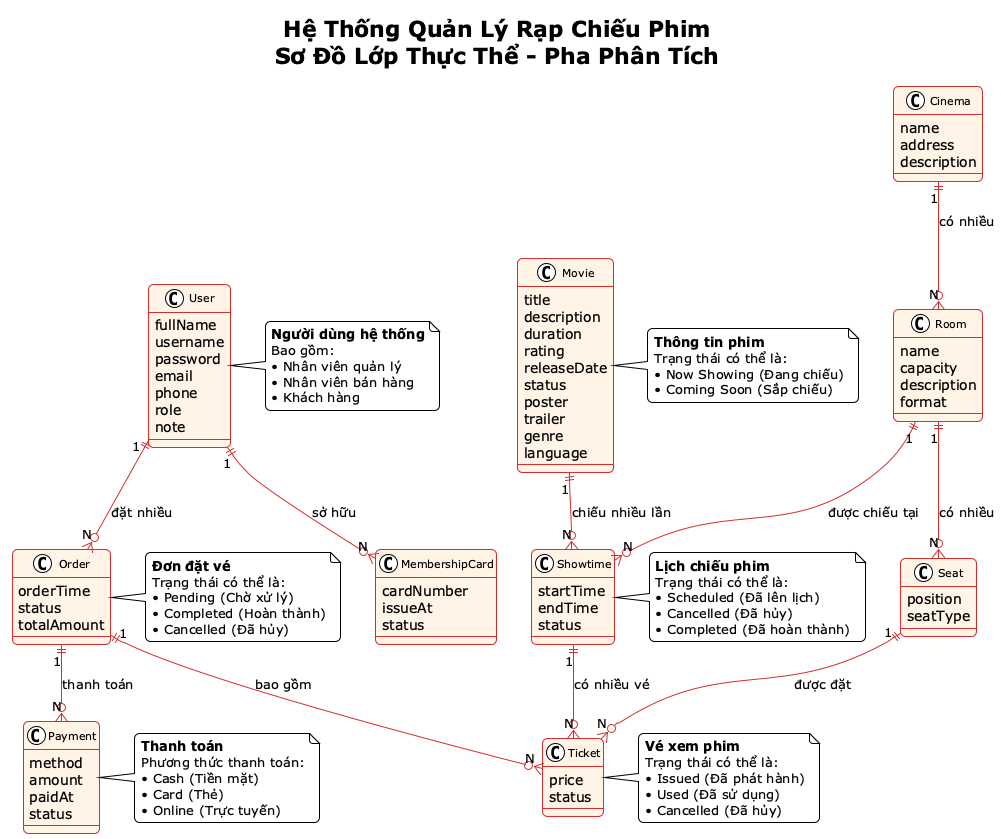
Earlier version of the PlantUML export report/Cinema System Entity Class Diagram.png (ProMeX04/Cinema).
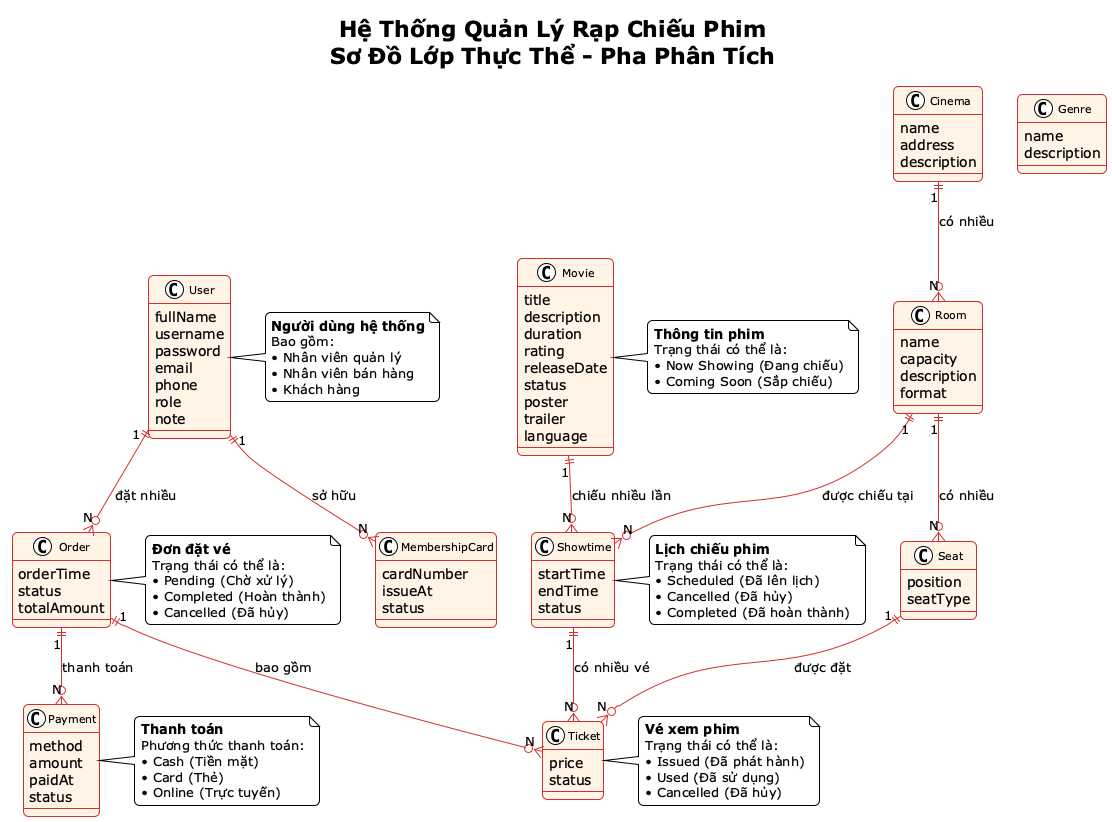
The same file after the commit.

Change to the diagram source:
```diff
@@ -45,6 +45,11 @@
     seatType
 }
 
+class Genre {
+    name
+    description
+}
+
 class Movie {
     title
     description
@@ -54,7 +59,6 @@
     status
     poster
     trailer
-    genre
     language
 }
 
```
